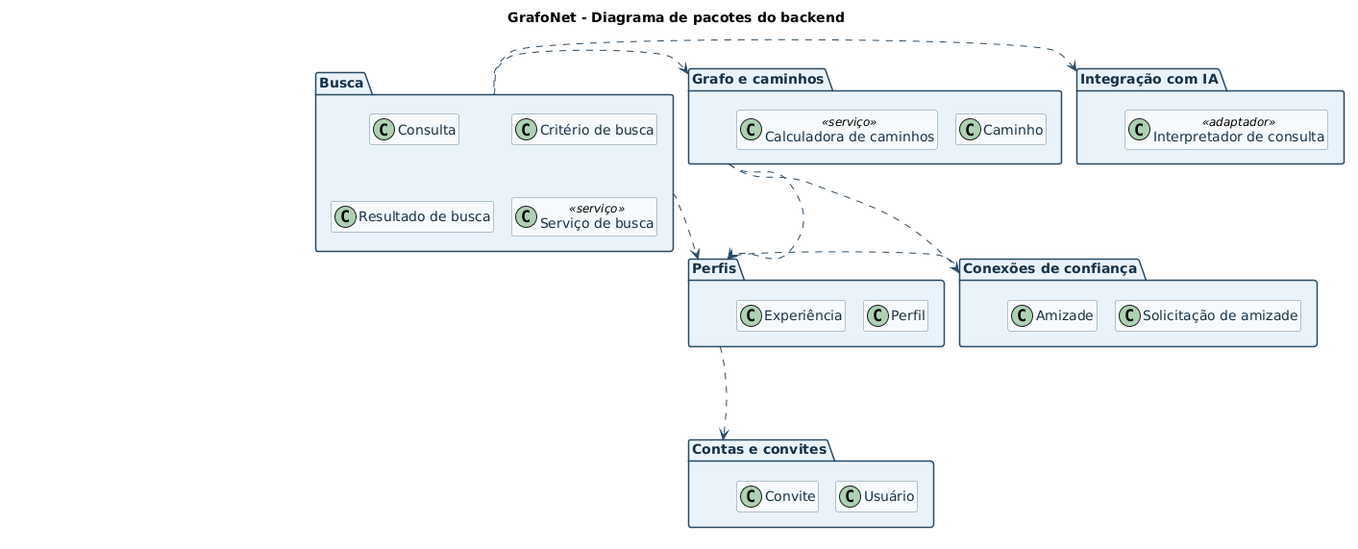
Above: docs/03-pacotes-grafonet.png in Daniel-Vinicius/grafo_net_api (PlantUML), before the change.
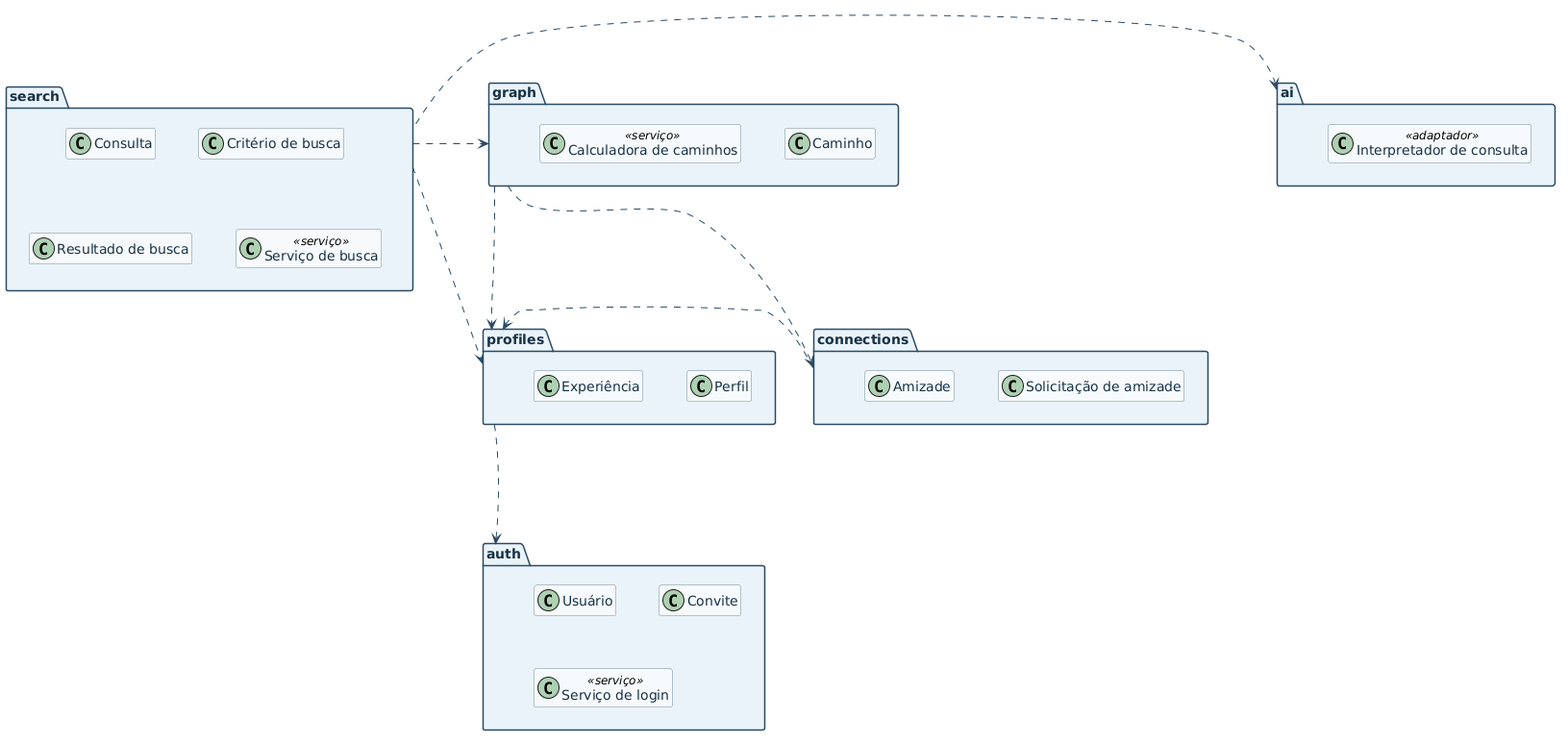
Later version of the same file.

What changed in the source:
```diff
@@ -1,14 +1,12 @@
 @startuml
-title GrafoNet - Diagrama de pacotes do backend
 
 top to bottom direction
 
 skinparam backgroundColor white
 skinparam shadowing false
-skinparam linetype ortho
 skinparam defaultFontName Arial
-skinparam nodesep 160
-skinparam ranksep 140
+skinparam nodesep 45
+skinparam ranksep 55
 skinparam ArrowColor #294A63
 skinparam PackageBorderColor #294A63
 skinparam PackageBackgroundColor #EAF3FA
@@ -25,35 +23,36 @@
 hide empty members
 allowmixing
 
-package "Busca" as Busca {
+package "search" as Busca {
   class Consulta
   class "Critério de busca"
   class "Resultado de busca"
   class "Serviço de busca" <<serviço>>
 }
 
-package "Integração com IA" as IA {
+package "ai" as IA {
   class "Interpretador de consulta" <<adaptador>>
 }
 
-package "Grafo e caminhos" as Grafo {
+package "graph" as Grafo {
   class Caminho
   class "Calculadora de caminhos" <<serviço>>
 }
 
-package "Conexões de confiança" as Conexoes {
+package "connections" as Conexoes {
   class "Solicitação de amizade"
   class Amizade
 }
 
-package "Perfis" as Perfis {
+package "profiles" as Perfis {
   class Perfil
   class Experiência
 }
 
-package "Contas e convites" as Contas {
+package "auth" as Contas {
   class Usuário
   class Convite
+  class "Serviço de login" <<serviço>>
 }
 
 rectangle "espaço horizontal" as GapH1
```
